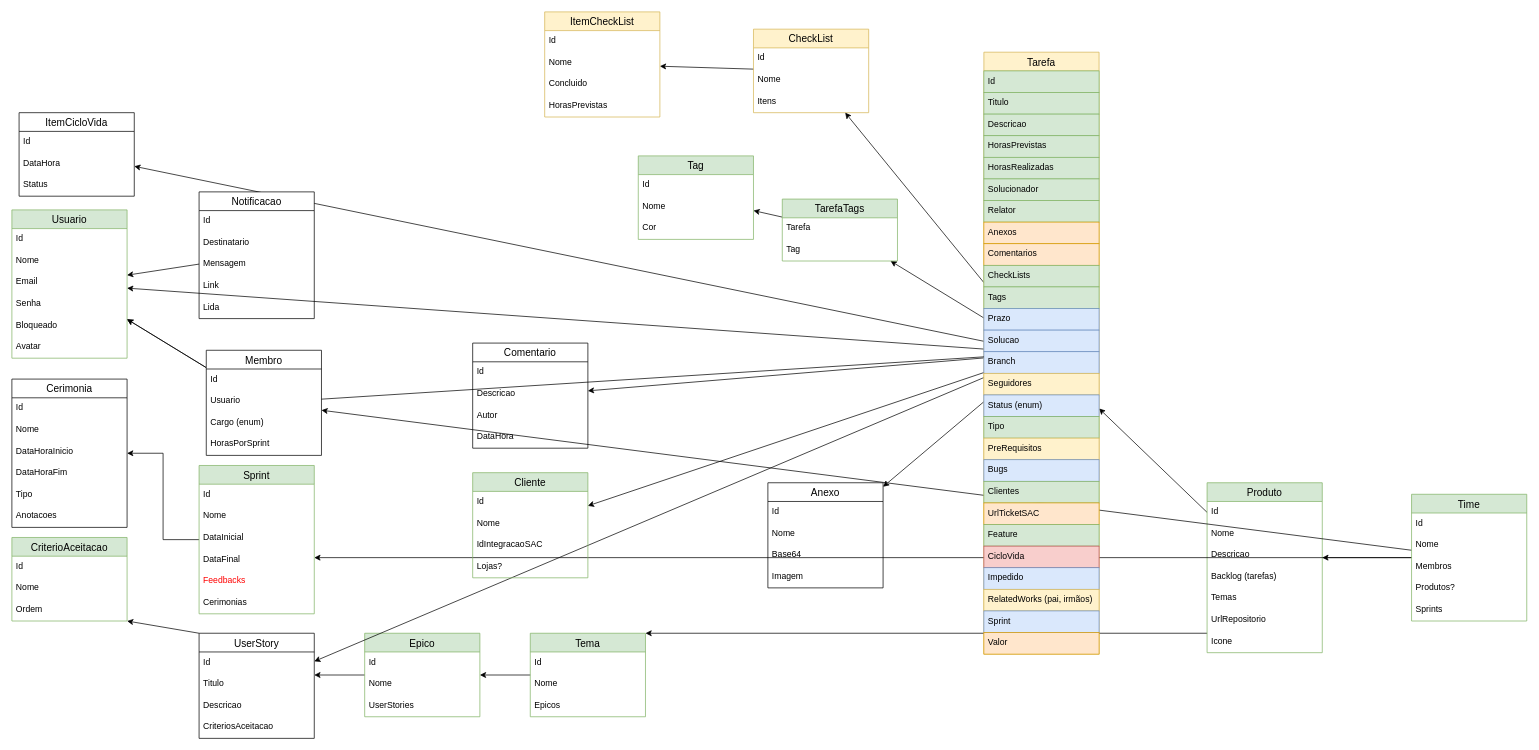
Above: page "ordem" (2 of 2) of Agilis-Back/docs/Untitled Diagram.drawio in ddsdaniel/Agilis (draw.io), before the change. Source tidied: cells renumbered, new cells numbered last; positions are measured from the earlier drawing's top-left corner, leaving out a move shared by most shapes. Both pictures are drawn from the tidied source at 72%, with x=0, y=0 at pixel (12, 12).
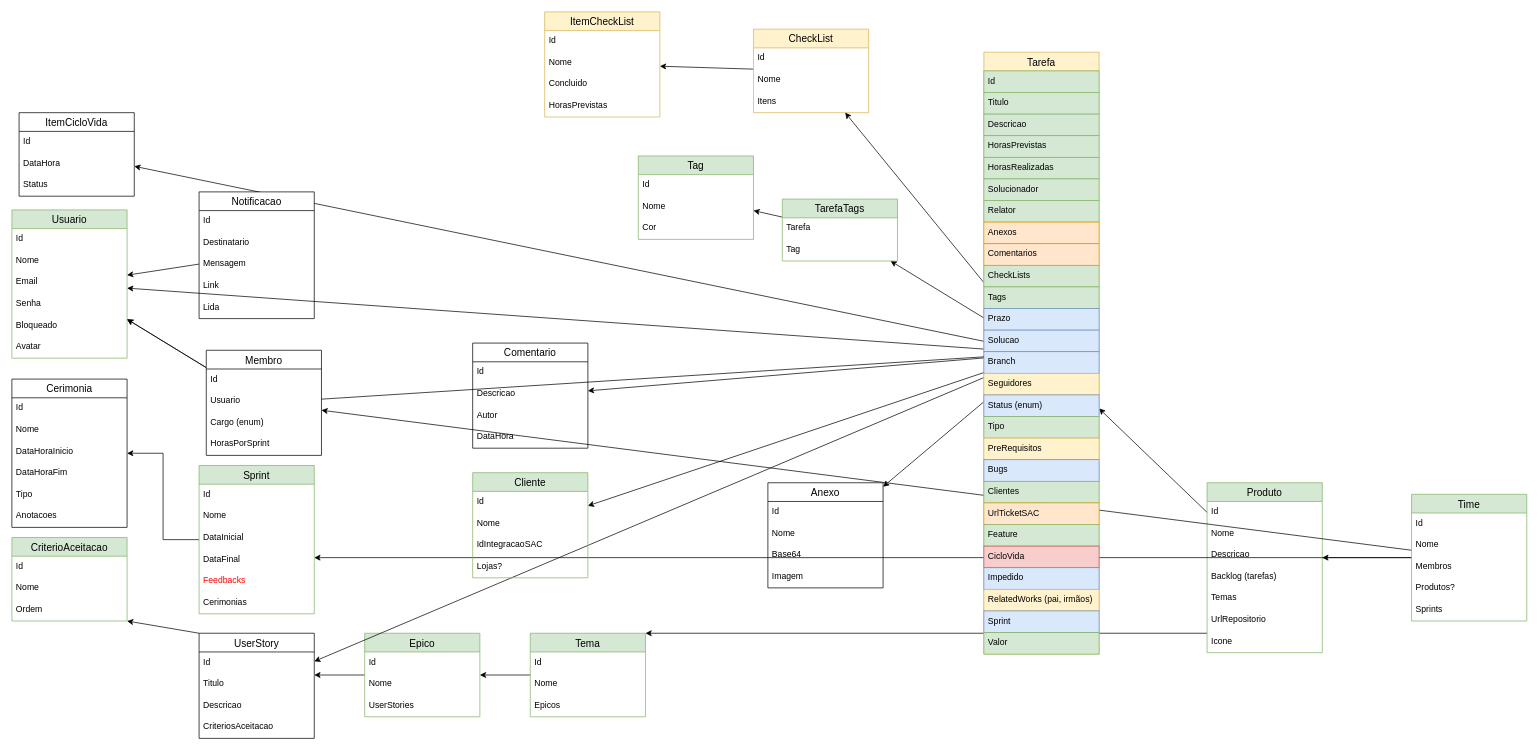
The same diagram, later.

The change refers to these unchanged cells:
```xml
<mxCell id="89" value="Tarefa" style="swimlane;fontStyle=0;horizontal=1;startSize=26;align=center;fontSize=14;fillColor=#fff2cc;strokeColor=#d6b656;" parent="1" vertex="1">
  <mxGeometry x="1350" y="56" width="160" height="836" as="geometry" />
</mxCell>
```

Diff of the diagram source:
```diff
@@
-    <mxCell id="116" value="Valor" style="text;strokeColor=#d79b00;fillColor=#ffe6cc;spacingLeft=4;spacingRight=4;overflow=hidden;fontSize=12;" parent="89" vertex="1">
+    <mxCell id="116" value="Valor" style="text;strokeColor=#82b366;fillColor=#d5e8d4;spacingLeft=4;spacingRight=4;overflow=hidden;fontSize=12;" parent="89" vertex="1">
       <mxGeometry y="806" width="160" height="30" as="geometry" />
     </mxCell>
```
